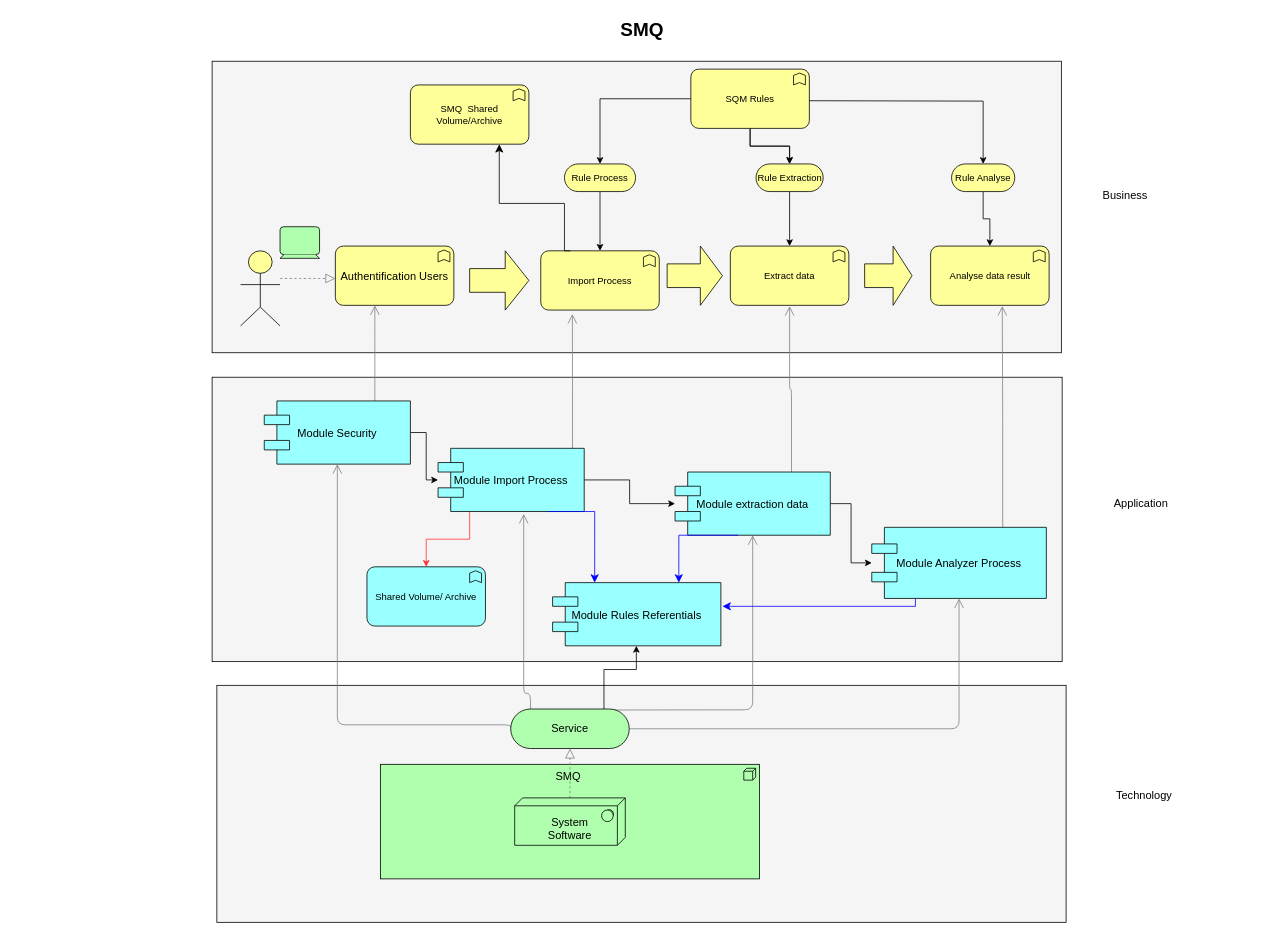
amahmoudi/Smq2023 keeps this draw.io diagram as SMQ.drawio. Above is the earlier version. Source tidied: cells renumbered, new cells numbered last; positions are measured from the earlier drawing's top-left corner, leaving out a move shared by most shapes. Both pictures are drawn from the tidied source at 79%, with x=0, y=0 at pixel (13, 13).
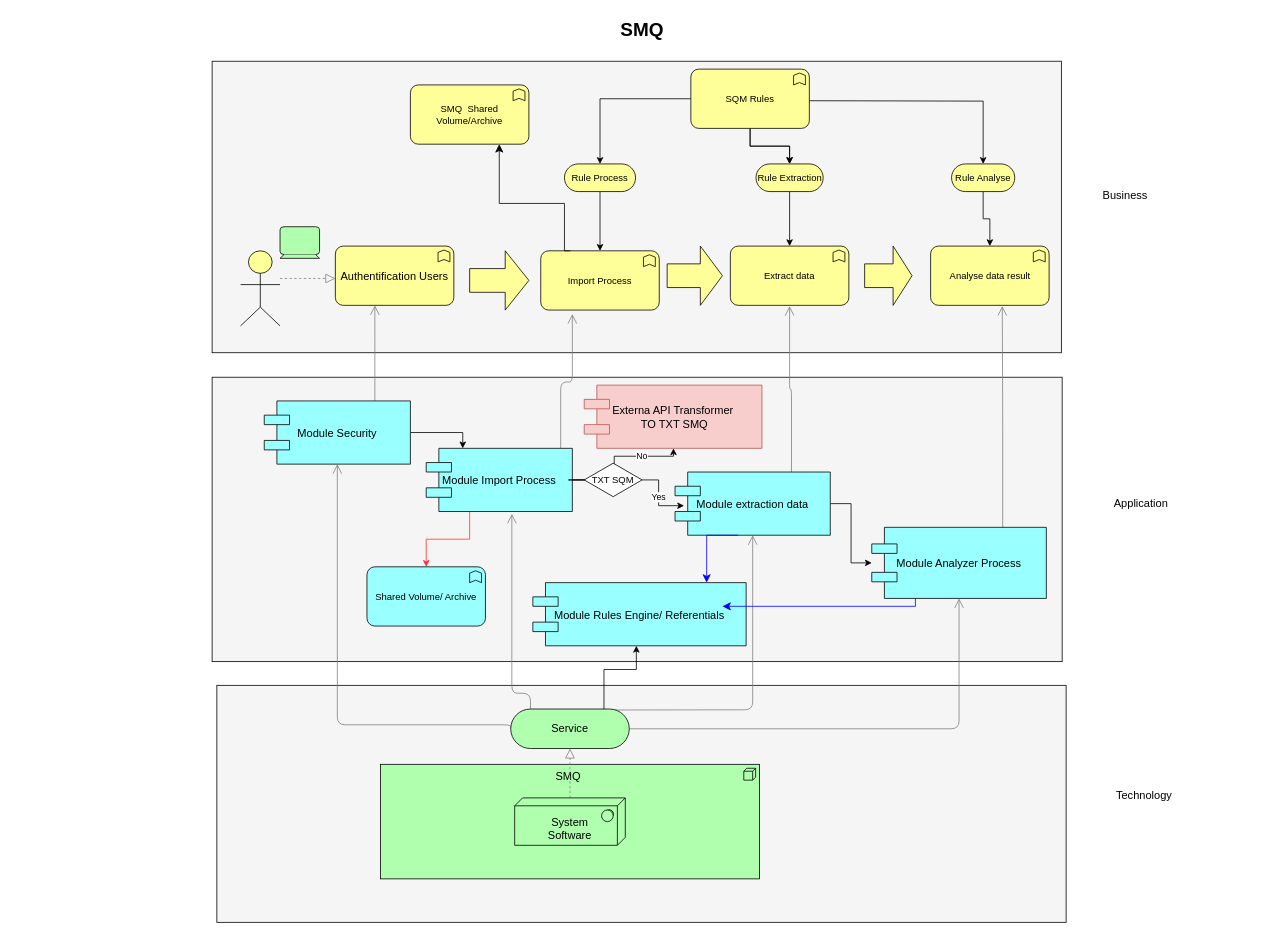
After the change.

The change refers to these unchanged cells:
```xml
<mxCell id="16" value="Module Security" style="shape=component;align=center;fillColor=#99ffff;gradientColor=none;fontSize=14;" parent="1" vertex="1">
  <mxGeometry x="318" y="490" width="185" height="80" as="geometry" />
</mxCell>
<mxCell id="23" value="Module extraction data" style="shape=component;align=center;fillColor=#99ffff;gradientColor=none;fontSize=14;" parent="1" vertex="1">
  <mxGeometry x="838" y="580" width="196.5" height="80" as="geometry" />
</mxCell>
```

What changed in the source:
```diff
@@
-    <mxCell id="15" style="edgeStyle=orthogonalEdgeStyle;rounded=0;jettySize=auto;html=1;" parent="1" edge="1" source="16" target="20">
+    <mxCell id="15" style="edgeStyle=orthogonalEdgeStyle;rounded=0;jettySize=auto;html=1;entryX=0.25;entryY=0;entryDx=0;entryDy=0;" parent="1" edge="1" source="16" target="20">
       <mxGeometry relative="1" as="geometry" />
     </mxCell>
@@
-    <mxCell id="18" style="edgeStyle=orthogonalEdgeStyle;rounded=0;jettySize=auto;html=1;" parent="1" edge="1" source="20" target="23">
+    <mxCell id="18" value="Yes" style="edgeStyle=orthogonalEdgeStyle;rounded=0;jettySize=auto;html=1;startArrow=none;entryX=0.058;entryY=0.533;entryDx=0;entryDy=0;entryPerimeter=0;" parent="1" edge="1" source="62" target="23">
       <mxGeometry relative="1" as="geometry" />
     </mxCell>
@@
     <mxCell id="20" value="Module Import Process" style="shape=component;align=center;fillColor=#99ffff;gradientColor=none;fontSize=14;" parent="1" vertex="1">
-      <mxGeometry x="538" y="550" width="185" height="80" as="geometry" />
+      <mxGeometry x="523" y="550" width="185" height="80" as="geometry" />
     </mxCell>
@@
-    <mxCell id="51" value="Module Rules Referentials" style="shape=component;align=center;fillColor=#99ffff;gradientColor=none;fontSize=14;" parent="1" vertex="1">
-      <mxGeometry x="683" y="720" width="213" height="80" as="geometry" />
+    <mxCell id="51" value="Module Rules Engine/ Referentials" style="shape=component;align=center;fillColor=#99ffff;gradientColor=none;fontSize=14;" parent="1" vertex="1">
+      <mxGeometry x="658" y="720" width="270" height="80" as="geometry" />
     </mxCell>
@@
-    <mxCell id="53" style="edgeStyle=segmentEdgeStyle;endArrow=classic;html=1;curved=0;rounded=0;endSize=8;startSize=8;strokeColor=#0000FF;entryX=0.75;entryY=0;entryDx=0;entryDy=0;" parent="1" edge="1" target="51">
+    <mxCell id="53" style="edgeStyle=segmentEdgeStyle;endArrow=classic;html=1;curved=0;rounded=0;endSize=8;startSize=8;strokeColor=#0000FF;" parent="1" edge="1">
       <mxGeometry relative="1" as="geometry">
         <mxPoint x="918" y="660" as="sourcePoint" />
+        <mxPoint x="878" y="720" as="targetPoint" />
+        <Array as="points">
+          <mxPoint x="878" y="660" />
+        </Array>
       </mxGeometry>
     </mxCell>
-    <mxCell id="54" style="edgeStyle=segmentEdgeStyle;endArrow=classic;html=1;curved=0;rounded=0;endSize=8;startSize=8;strokeColor=#0000FF;exitX=0.75;exitY=1;exitDx=0;exitDy=0;entryX=0.25;entryY=0;entryDx=0;entryDy=0;" parent="1" edge="1" source="20" target="51">
-      <mxGeometry relative="1" as="geometry" />
-    </mxCell>
@@
+    <mxCell id="59" value="No" style="edgeStyle=orthogonalEdgeStyle;rounded=0;jettySize=auto;html=1;exitX=0.491;exitY=0.032;exitDx=0;exitDy=0;exitPerimeter=0;" parent="1" edge="1" source="62" target="60">
+      <mxGeometry relative="1" as="geometry">
+        <Array as="points">
+          <mxPoint x="761" y="571" />
+          <mxPoint x="761" y="560" />
+          <mxPoint x="836" y="560" />
+        </Array>
+      </mxGeometry>
+    </mxCell>
+    <mxCell id="60" value="Externa API Transformer&#10; TO TXT SMQ" style="shape=component;align=center;fillColor=#f8cecc;fontSize=14;strokeColor=#b85450;" parent="1" vertex="1">
+      <mxGeometry x="723" y="470" width="225" height="80" as="geometry" />
+    </mxCell>
+    <mxCell id="61" style="edgeStyle=orthogonalEdgeStyle;rounded=0;jettySize=auto;html=1;endArrow=none;" parent="1" edge="1" source="20" target="62">
+      <mxGeometry relative="1" as="geometry" />
+    </mxCell>
+    <mxCell id="62" value="TXT SQM" style="html=1;whiteSpace=wrap;shape=isoRectangle;" parent="1" vertex="1">
+      <mxGeometry x="723" y="568" width="73.3" height="44" as="geometry" />
+    </mxCell>
```
